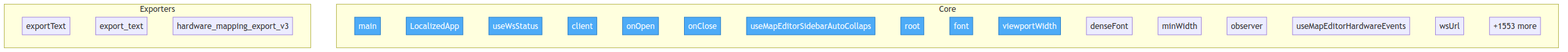
oqlos/oqlos keeps this Mermaid diagram as project/flow.png. Above is the earlier version. Its source is kept beside it as project/flow.mmd. Source of this version:
```mermaid
flowchart TD

    classDef entry fill:#4dabf7,stroke:#1971c2,color:#fff

    subgraph Core
        setup_hardware_and_run_oql__main["main"]
        frontend__src__main__LocalizedApp["LocalizedApp"]
        frontend__src__hooks__useWsStatus__useWsStatus["useWsStatus"]
        frontend__src__hooks__useWsStatus__client["client"]
        frontend__src__hooks__useWsStatus__onOpen["onOpen"]
        frontend__src__hooks__useWsStatus__onClose["onClose"]
        frontend__src__hooks__useMapEditorSidebarAutoCollapse__useMapEditorSidebarAutoCollapse["useMapEditorSidebarAutoCollaps"]
        frontend__src__hooks__useMapEditorSidebarAutoCollapse__root["root"]
        frontend__src__hooks__useMapEditorSidebarAutoCollapse__font["font"]
        frontend__src__hooks__useMapEditorSidebarAutoCollapse__viewportWidth["viewportWidth"]
        frontend__src__hooks__useMapEditorSidebarAutoCollapse__denseFont["denseFont"]
        frontend__src__hooks__useMapEditorSidebarAutoCollapse__minWidth["minWidth"]
        frontend__src__hooks__useMapEditorSidebarAutoCollapse__observer["observer"]
        frontend__src__hooks__useMapEditorHardwareEvents__useMapEditorHardwareEvents["useMapEditorHardwareEvents"]
        frontend__src__hooks__useMapEditorHardwareEvents__wsUrl["wsUrl"]
        ...["+1553 more"]
    end

    subgraph Exporters
        frontend__src__pages__HardwareRestart__exportText["exportText"]
        oqlos__api__hardware_mapping_store__MappingStore__export_text["export_text"]
        oqlos__api___hw3_mapping__hardware_mapping_export_v3["hardware_mapping_export_v3"]
    end

    class setup_hardware_and_run_oql__main,frontend__src__main__LocalizedApp,frontend__src__hooks__useWsStatus__useWsStatus,frontend__src__hooks__useWsStatus__client,frontend__src__hooks__useWsStatus__onOpen,frontend__src__hooks__useWsStatus__onClose,frontend__src__hooks__useMapEditorSidebarAutoCollapse__useMapEditorSidebarAutoCollapse,frontend__src__hooks__useMapEditorSidebarAutoCollapse__root,frontend__src__hooks__useMapEditorSidebarAutoCollapse__font,frontend__src__hooks__useMapEditorSidebarAutoCollapse__viewportWidth entry
```
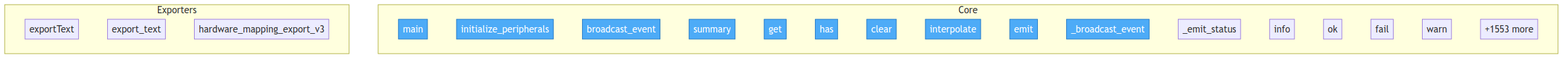
The same file after the commit.

Change to the diagram source:
```diff
@@ -4,20 +4,20 @@
 
     subgraph Core
         setup_hardware_and_run_oql__main["main"]
-        frontend__src__main__LocalizedApp["LocalizedApp"]
-        frontend__src__hooks__useWsStatus__useWsStatus["useWsStatus"]
-        frontend__src__hooks__useWsStatus__client["client"]
-        frontend__src__hooks__useWsStatus__onOpen["onOpen"]
-        frontend__src__hooks__useWsStatus__onClose["onClose"]
-        frontend__src__hooks__useMapEditorSidebarAutoCollapse__useMapEditorSidebarAutoCollapse["useMapEditorSidebarAutoCollaps"]
-        frontend__src__hooks__useMapEditorSidebarAutoCollapse__root["root"]
-        frontend__src__hooks__useMapEditorSidebarAutoCollapse__font["font"]
-        frontend__src__hooks__useMapEditorSidebarAutoCollapse__viewportWidth["viewportWidth"]
-        frontend__src__hooks__useMapEditorSidebarAutoCollapse__denseFont["denseFont"]
-        frontend__src__hooks__useMapEditorSidebarAutoCollapse__minWidth["minWidth"]
-        frontend__src__hooks__useMapEditorSidebarAutoCollapse__observer["observer"]
-        frontend__src__hooks__useMapEditorHardwareEvents__useMapEditorHardwareEvents["useMapEditorHardwareEvents"]
-        frontend__src__hooks__useMapEditorHardwareEvents__wsUrl["wsUrl"]
+        oqlos__core__state__StateManager__initialize_peripherals["initialize_peripherals"]
+        oqlos__core__state__StateManager__broadcast_event["broadcast_event"]
+        oqlos__core__base__ScriptResult__summary["summary"]
+        oqlos__core__base__VariableStore__get["get"]
+        oqlos__core__base__VariableStore__has["has"]
+        oqlos__core__base__VariableStore__clear["clear"]
+        oqlos__core__base__VariableStore__interpolate["interpolate"]
+        oqlos__core__base__InterpreterOutput__emit["emit"]
+        oqlos__core__base__InterpreterOutput___broadcast_event["_broadcast_event"]
+        oqlos__core__base__InterpreterOutput___emit_status["_emit_status"]
+        oqlos__core__base__InterpreterOutput__info["info"]
+        oqlos__core__base__InterpreterOutput__ok["ok"]
+        oqlos__core__base__InterpreterOutput__fail["fail"]
+        oqlos__core__base__InterpreterOutput__warn["warn"]
         ...["+1553 more"]
     end
 
@@ -27,4 +27,4 @@
         oqlos__api___hw3_mapping__hardware_mapping_export_v3["hardware_mapping_export_v3"]
     end
 
-    class setup_hardware_and_run_oql__main,frontend__src__main__LocalizedApp,frontend__src__hooks__useWsStatus__useWsStatus,frontend__src__hooks__useWsStatus__client,frontend__src__hooks__useWsStatus__onOpen,frontend__src__hooks__useWsStatus__onClose,frontend__src__hooks__useMapEditorSidebarAutoCollapse__useMapEditorSidebarAutoCollapse,frontend__src__hooks__useMapEditorSidebarAutoCollapse__root,frontend__src__hooks__useMapEditorSidebarAutoCollapse__font,frontend__src__hooks__useMapEditorSidebarAutoCollapse__viewportWidth entry
+    class setup_hardware_and_run_oql__main,oqlos__core__state__StateManager__initialize_peripherals,oqlos__core__state__StateManager__broadcast_event,oqlos__core__base__ScriptResult__summary,oqlos__core__base__VariableStore__get,oqlos__core__base__VariableStore__has,oqlos__core__base__VariableStore__clear,oqlos__core__base__VariableStore__interpolate,oqlos__core__base__InterpreterOutput__emit,oqlos__core__base__InterpreterOutput___broadcast_event entry
```
